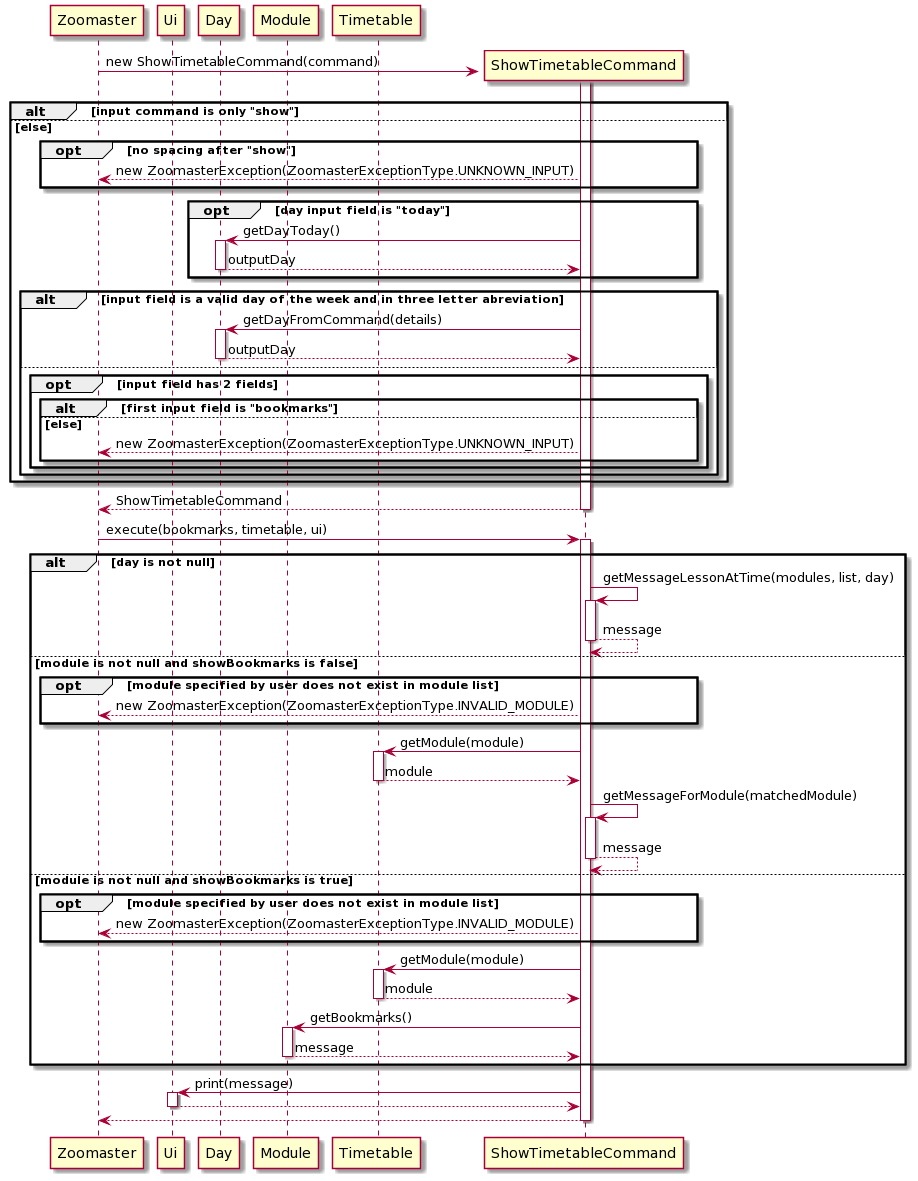
nus-cs2113-AY2021S1/tp keeps this PlantUML diagram as docs/diagrams/ShowTimetableCommand seq dia.png. Above is the earlier version.
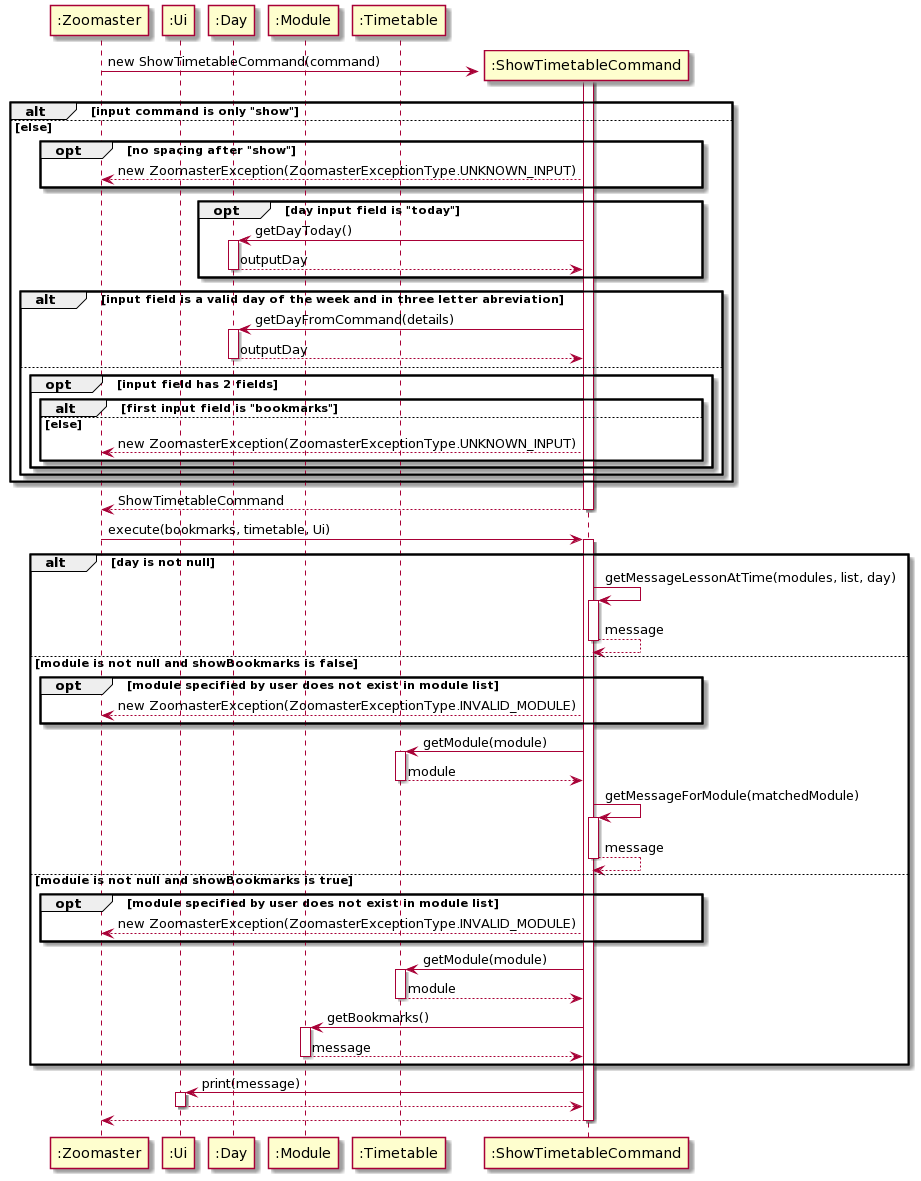
Above is the later version.

The edit, as a diff of the source:
```diff
@@ -1,12 +1,12 @@
 @startuml
-create Zoomaster
-create Ui
-create Day
-create Module
-create Timetable
-create ShowTimetableCommand
-activate ShowTimetableCommand
-Zoomaster -> ShowTimetableCommand: new ShowTimetableCommand(command)
+create ":Zoomaster"
+create ":Ui"
+create ":Day"
+create ":Module"
+create ":Timetable"
+create ":ShowTimetableCommand"
+activate ":ShowTimetableCommand"
+":Zoomaster" -> ":ShowTimetableCommand": new ShowTimetableCommand(command)
 
 alt input command is only "show"
 
@@ -14,25 +14,25 @@
 
 opt no spacing after "show"
 
-ShowTimetableCommand --> Zoomaster: new ZoomasterException(ZoomasterExceptionType.UNKNOWN_INPUT)
+":ShowTimetableCommand" --> ":Zoomaster": new ZoomasterException(ZoomasterExceptionType.UNKNOWN_INPUT)
 
 end
 
 opt day input field is "today"
 
-ShowTimetableCommand -> Day: getDayToday()
-activate Day
-Day --> ShowTimetableCommand: outputDay
-deactivate Day
+":ShowTimetableCommand" -> ":Day": getDayToday()
+activate ":Day"
+":Day" --> ":ShowTimetableCommand": outputDay
+deactivate ":Day"
 
 end
 
 alt input field is a valid day of the week and in three letter abreviation
 
-ShowTimetableCommand -> Day: getDayFromCommand(details)
-activate Day
-Day --> ShowTimetableCommand: outputDay
-deactivate Day
+":ShowTimetableCommand" -> ":Day": getDayFromCommand(details)
+activate ":Day"
+":Day" --> ":ShowTimetableCommand": outputDay
+deactivate ":Day"
 
 else
 
@@ -42,7 +42,7 @@
 
 else else
 
-ShowTimetableCommand --> Zoomaster: new ZoomasterException(ZoomasterExceptionType.UNKNOWN_INPUT)
+":ShowTimetableCommand" --> ":Zoomaster": new ZoomasterException(ZoomasterExceptionType.UNKNOWN_INPUT)
 
 end
 
@@ -52,61 +52,61 @@
 
 end
 
-ShowTimetableCommand--> Zoomaster: ShowTimetableCommand
-deactivate ShowTimetableCommand
+":ShowTimetableCommand"--> ":Zoomaster": ShowTimetableCommand
+deactivate ":ShowTimetableCommand"
 
 
 
-Zoomaster -> ShowTimetableCommand: execute(bookmarks, timetable, ui)
-activate ShowTimetableCommand
+":Zoomaster" -> ":ShowTimetableCommand": execute(bookmarks, timetable, Ui)
+activate ":ShowTimetableCommand"
 
 alt day is not null
 
-ShowTimetableCommand -> ShowTimetableCommand: getMessageLessonAtTime(modules, list, day)
-activate ShowTimetableCommand
+":ShowTimetableCommand" -> ":ShowTimetableCommand": getMessageLessonAtTime(modules, list, day)
+activate ":ShowTimetableCommand"
 
-ShowTimetableCommand --> ShowTimetableCommand: message
-deactivate ShowTimetableCommand
+":ShowTimetableCommand" --> ":ShowTimetableCommand": message
+deactivate ":ShowTimetableCommand"
 
 else module is not null and showBookmarks is false
 
 opt module specified by user does not exist in module list
-ShowTimetableCommand--> Zoomaster: new ZoomasterException(ZoomasterExceptionType.INVALID_MODULE)
+":ShowTimetableCommand"--> ":Zoomaster": new ZoomasterException(ZoomasterExceptionType.INVALID_MODULE)
 end
 
-ShowTimetableCommand -> Timetable: getModule(module)
-activate Timetable
-Timetable --> ShowTimetableCommand: module
-deactivate Timetable
+":ShowTimetableCommand" -> ":Timetable": getModule(module)
+activate ":Timetable"
+":Timetable" --> ":ShowTimetableCommand": module
+deactivate ":Timetable"
 
-ShowTimetableCommand -> ShowTimetableCommand: getMessageForModule(matchedModule)
-activate ShowTimetableCommand
-ShowTimetableCommand --> ShowTimetableCommand: message
-deactivate ShowTimetableCommand
+":ShowTimetableCommand" -> ":ShowTimetableCommand": getMessageForModule(matchedModule)
+activate ":ShowTimetableCommand"
+":ShowTimetableCommand" --> ":ShowTimetableCommand": message
+deactivate ":ShowTimetableCommand"
 
 else module is not null and showBookmarks is true
 
 opt module specified by user does not exist in module list
-ShowTimetableCommand --> Zoomaster: new ZoomasterException(ZoomasterExceptionType.INVALID_MODULE)
+":ShowTimetableCommand"--> ":Zoomaster": new ZoomasterException(ZoomasterExceptionType.INVALID_MODULE)
 end
 
-ShowTimetableCommand -> Timetable: getModule(module)
-activate Timetable
-Timetable --> ShowTimetableCommand: module
-deactivate Timetable
+":ShowTimetableCommand" -> ":Timetable": getModule(module)
+activate ":Timetable"
+":Timetable" --> ":ShowTimetableCommand": module
+deactivate ":Timetable"
 
-ShowTimetableCommand -> Module: getBookmarks()
-activate Module
-Module--> ShowTimetableCommand: message
-deactivate Module
+":ShowTimetableCommand" -> ":Module": getBookmarks()
+activate ":Module"
+":Module"--> ":ShowTimetableCommand": message
+deactivate ":Module"
 
 end
 
-ShowTimetableCommand -> Ui: print(message)
-activate Ui
-Ui--> ShowTimetableCommand
-deactivate Ui
+":ShowTimetableCommand" -> ":Ui": print(message)
+activate ":Ui"
+":Ui"--> ":ShowTimetableCommand"
+deactivate ":Ui"
 
-ShowTimetableCommand--> Zoomaster
-deactivate ShowTimetableCommand
+":ShowTimetableCommand"--> ":Zoomaster"
+deactivate ":ShowTimetableCommand"
 @enduml
```
